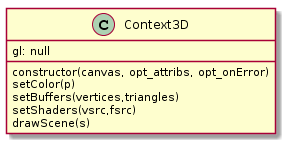
Before: uml/3dcontext.png, a diagram exported from PlantUML (igorWEBdeveloper/GitUniversity).
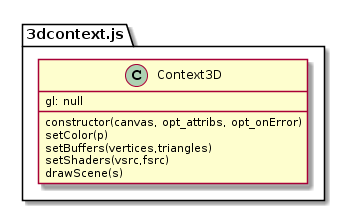
Above is the later version.

Change to the diagram source:
```diff
@@ -1,4 +1,5 @@
 @startuml
+package "3dcontext.js"{
 class Context3D {
 
    constructor(canvas, opt_attribs, opt_onError)
@@ -8,4 +9,5 @@
    setShaders(vsrc,fsrc)
    drawScene(s)
 }
+}
 @enduml
```
